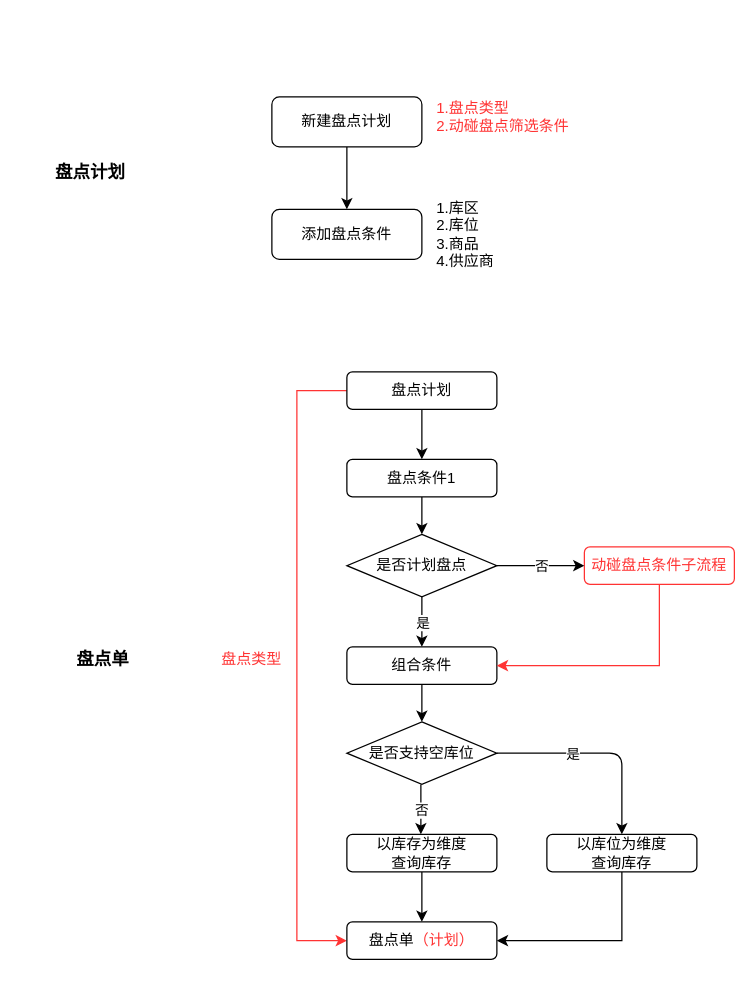
18516264210/aikucun keeps this draw.io diagram as 盘点单创建.drawio. Above is the earlier version. Source tidied: cells renumbered, new cells numbered last; positions are measured from the earlier drawing's top-left corner, leaving out a move shared by most shapes. Both pictures are drawn from the tidied source at 125%, with x=0, y=0 at pixel (21, 85).
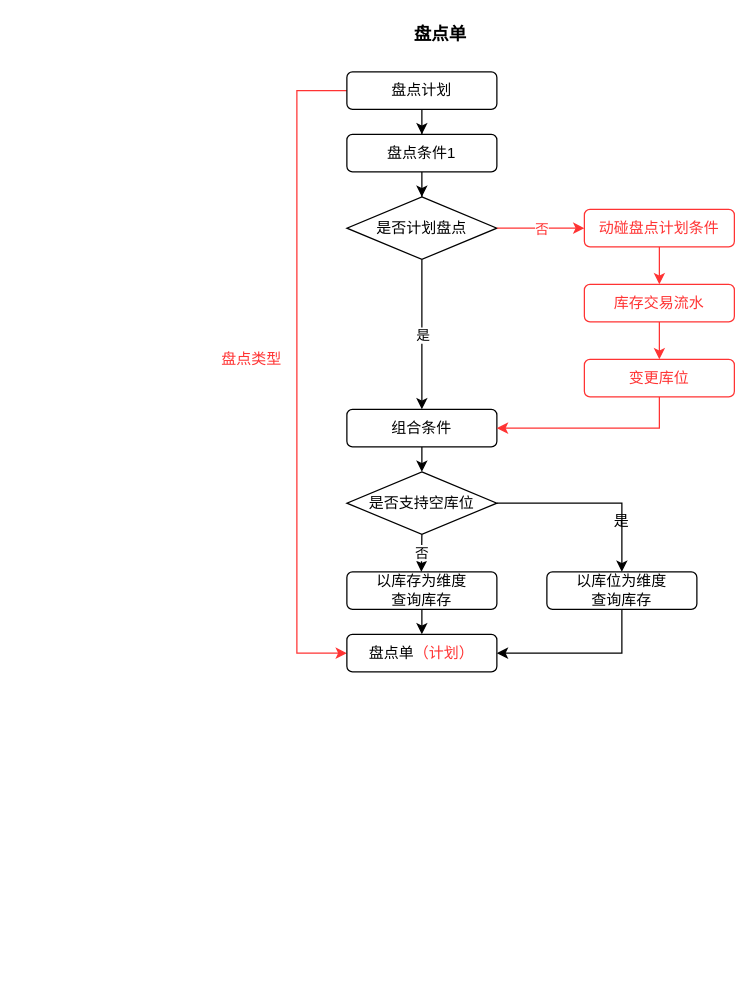
The same page after the edit.

Commit message (it also covers changes not shown here):
更新盘点单创建.drawio

Change to the diagram source:
```diff
@@
-    <mxCell id="2" style="edgeStyle=orthogonalEdgeStyle;rounded=0;jettySize=auto;html=1;exitX=0.5;exitY=1;exitDx=0;exitDy=0;entryX=0.5;entryY=0;entryDx=0;entryDy=0;" parent="1" edge="1" source="3" target="4">
-      <mxGeometry relative="1" as="geometry" />
-    </mxCell>
-    <mxCell id="3" value="新建盘点计划" style="rounded=1;whiteSpace=wrap;html=1;fontSize=12;glass=0;strokeWidth=1;shadow=0;" parent="1" vertex="1">
-      <mxGeometry x="200" y="9" width="120" height="40" as="geometry" />
-    </mxCell>
-    <mxCell id="4" value="添加盘点条件" style="rounded=1;whiteSpace=wrap;html=1;fontSize=12;glass=0;strokeWidth=1;shadow=0;" parent="1" vertex="1">
-      <mxGeometry x="200" y="99" width="120" height="40" as="geometry" />
-    </mxCell>
-    <mxCell id="5" value="&lt;b&gt;&lt;font style=&quot;font-size: 14px&quot;&gt;盘点计划&lt;/font&gt;&lt;/b&gt;" style="text;html=1;strokeColor=none;fillColor=none;align=center;verticalAlign=middle;whiteSpace=wrap;rounded=0;" parent="1" vertex="1">
-      <mxGeometry y="59" width="110" height="20" as="geometry" />
-    </mxCell>
-    <mxCell id="6" value="&lt;font color=&quot;#ff3333&quot;&gt;1.盘点类型&lt;br&gt;2.动碰盘点筛选条件&lt;br&gt;&lt;/font&gt;" style="text;html=1;strokeColor=#FFFFFF;fillColor=none;align=left;verticalAlign=middle;whiteSpace=wrap;rounded=0;" parent="1" vertex="1">
-      <mxGeometry x="330" width="200" height="50" as="geometry" />
-    </mxCell>
     <mxCell id="7" value="&lt;b&gt;&lt;font style=&quot;font-size: 14px&quot;&gt;盘点单&lt;/font&gt;&lt;/b&gt;" style="text;html=1;strokeColor=none;fillColor=none;align=center;verticalAlign=middle;whiteSpace=wrap;rounded=0;" parent="1" vertex="1">
-      <mxGeometry x="10" y="449" width="110" height="20" as="geometry" />
+      <mxGeometry x="280" y="-51" width="110" height="20" as="geometry" />
     </mxCell>
-    <mxCell id="8" value="1.库区&lt;br&gt;2.库位&lt;br&gt;3.商品&lt;br&gt;4.供应商" style="text;html=1;strokeColor=#FFFFFF;fillColor=none;align=left;verticalAlign=middle;whiteSpace=wrap;rounded=0;shadow=0;" parent="1" vertex="1">
-      <mxGeometry x="330" y="89" width="110" height="60" as="geometry" />
-    </mxCell>
     <mxCell id="9" style="edgeStyle=orthogonalEdgeStyle;rounded=0;jettySize=auto;html=1;entryX=0;entryY=0.5;entryDx=0;entryDy=0;strokeColor=#FF3333;" parent="1" edge="1" source="11" target="21">
       <mxGeometry relative="1" as="geometry">
         <Array as="points">
-          <mxPoint x="220" y="244" />
-          <mxPoint x="220" y="684" />
+          <mxPoint x="220" y="4" />
+          <mxPoint x="220" y="454" />
         </Array>
       </mxGeometry>
     </mxCell>
@@
     <mxCell id="11" value="盘点计划" style="rounded=1;whiteSpace=wrap;html=1;strokeColor=#000000;" parent="1" vertex="1">
-      <mxGeometry x="260" y="229" width="120" height="30" as="geometry" />
+      <mxGeometry x="260" y="-11" width="120" height="30" as="geometry" />
     </mxCell>
@@
     <mxCell id="13" value="盘点条件1" style="rounded=1;whiteSpace=wrap;html=1;strokeColor=#000000;" parent="1" vertex="1">
-      <mxGeometry x="260" y="299" width="120" height="30" as="geometry" />
+      <mxGeometry x="260" y="39" width="120" height="30" as="geometry" />
     </mxCell>
@@
     <mxCell id="15" value="组合条件" style="rounded=1;whiteSpace=wrap;html=1;strokeColor=#000000;" parent="1" vertex="1">
-      <mxGeometry x="260" y="449" width="120" height="30" as="geometry" />
+      <mxGeometry x="260" y="259" width="120" height="30" as="geometry" />
     </mxCell>
+    <mxCell id="32" style="edgeStyle=orthogonalEdgeStyle;rounded=0;jettySize=auto;html=1;entryX=0.5;entryY=0;entryDx=0;entryDy=0;strokeColor=#000000;" parent="1" edge="1" source="16" target="20">
+      <mxGeometry relative="1" as="geometry" />
+    </mxCell>
     <mxCell id="16" value="是否支持空库位" style="rhombus;whiteSpace=wrap;html=1;strokeColor=#000000;" parent="1" vertex="1">
-      <mxGeometry x="260" y="509" width="120" height="50" as="geometry" />
+      <mxGeometry x="260" y="309" width="120" height="50" as="geometry" />
     </mxCell>
@@
     <mxCell id="18" value="以库存为维度&lt;br&gt;查询库存" style="rounded=1;whiteSpace=wrap;html=1;strokeColor=#000000;" parent="1" vertex="1">
-      <mxGeometry x="260" y="599" width="120" height="30" as="geometry" />
+      <mxGeometry x="260" y="389" width="120" height="30" as="geometry" />
     </mxCell>
     <mxCell id="19" style="edgeStyle=orthogonalEdgeStyle;rounded=0;jettySize=auto;html=1;entryX=1;entryY=0.5;entryDx=0;entryDy=0;strokeColor=#000000;" parent="1" edge="1" source="20" target="21">
       <mxGeometry relative="1" as="geometry">
         <Array as="points">
-          <mxPoint x="480" y="684" />
+          <mxPoint x="480" y="454" />
         </Array>
       </mxGeometry>
     </mxCell>
     <mxCell id="20" value="以库位为维度&lt;br&gt;查询库存" style="rounded=1;whiteSpace=wrap;html=1;strokeColor=#000000;" parent="1" vertex="1">
-      <mxGeometry x="420" y="599" width="120" height="30" as="geometry" />
+      <mxGeometry x="420" y="389" width="120" height="30" as="geometry" />
     </mxCell>
     <mxCell id="21" value="盘点单&lt;font color=&quot;#ff3333&quot;&gt;（计划）&lt;/font&gt;" style="rounded=1;whiteSpace=wrap;html=1;strokeColor=#000000;" parent="1" vertex="1">
-      <mxGeometry x="260" y="669" width="120" height="30" as="geometry" />
+      <mxGeometry x="260" y="439" width="120" height="30" as="geometry" />
     </mxCell>
     <mxCell id="22" value="&lt;font color=&quot;#ff3333&quot;&gt;盘点类型&lt;/font&gt;" style="text;html=1;strokeColor=#FFFFFF;fillColor=none;align=left;verticalAlign=middle;whiteSpace=wrap;rounded=0;" parent="1" vertex="1">
-      <mxGeometry x="158" y="429" width="60" height="60" as="geometry" />
+      <mxGeometry x="158" y="189" width="60" height="60" as="geometry" />
     </mxCell>
-    <mxCell id="23" style="edgeStyle=orthogonalEdgeStyle;rounded=0;jettySize=auto;html=1;entryX=1;entryY=0.5;entryDx=0;entryDy=0;strokeColor=#FF3333;" parent="1" edge="1" source="24" target="15">
-      <mxGeometry relative="1" as="geometry">
-        <Array as="points">
-          <mxPoint x="510" y="464" />
-        </Array>
-      </mxGeometry>
-    </mxCell>
+    <mxCell id="34" style="edgeStyle=orthogonalEdgeStyle;rounded=0;jettySize=auto;html=1;entryX=0.5;entryY=0;entryDx=0;entryDy=0;strokeColor=#FF3333;" parent="1" edge="1" source="24" target="36">
+      <mxGeometry relative="1" as="geometry" />
+    </mxCell>
-    <mxCell id="24" value="&lt;font color=&quot;#ff3333&quot;&gt;动碰盘点条件子流程&lt;/font&gt;" style="rounded=1;whiteSpace=wrap;html=1;strokeColor=#FF3333;" parent="1" vertex="1">
-      <mxGeometry x="450" y="369" width="120" height="30" as="geometry" />
+    <mxCell id="24" value="&lt;font color=&quot;#ff3333&quot;&gt;动碰盘点计划条件&lt;/font&gt;" style="rounded=1;whiteSpace=wrap;html=1;strokeColor=#FF3333;" parent="1" vertex="1">
+      <mxGeometry x="450" y="99" width="120" height="30" as="geometry" />
     </mxCell>
     <mxCell id="25" value="是否计划盘点" style="rhombus;whiteSpace=wrap;html=1;strokeColor=#000000;" parent="1" vertex="1">
-      <mxGeometry x="260" y="359" width="120" height="50" as="geometry" />
+      <mxGeometry x="260" y="89" width="120" height="50" as="geometry" />
     </mxCell>
-    <mxCell id="26" style="endArrow=classic;html=1;strokeColor=#000000;exitX=1;exitY=0.5;exitDx=0;exitDy=0;entryX=0;entryY=0.5;entryDx=0;entryDy=0;" parent="1" edge="1" source="25" target="24">
-      <mxGeometry relative="1" as="geometry" />
-    </mxCell>
-    <mxCell id="27" value="否" style="edgeLabel;html=1;align=center;verticalAlign=middle;" parent="26" vertex="1">
-      <mxGeometry relative="1" as="geometry" />
-    </mxCell>
@@
-    <mxCell id="30" style="endArrow=classic;html=1;strokeColor=#000000;exitX=0.5;exitY=1;exitDx=0;exitDy=0;entryX=0.5;entryY=0;entryDx=0;entryDy=0;" parent="1" edge="1">
+    <mxCell id="30" style="endArrow=classic;html=1;strokeColor=#000000;entryX=0.5;entryY=0;entryDx=0;entryDy=0;" parent="1" edge="1">
       <mxGeometry relative="1" as="geometry">
-        <mxPoint x="319.2" y="559" as="sourcePoint" />
-        <mxPoint x="319.2" y="599" as="targetPoint" />
+        <mxPoint x="320" y="359" as="sourcePoint" />
+        <mxPoint x="319.6" y="389" as="targetPoint" />
       </mxGeometry>
     </mxCell>
@@
-    <mxCell id="32" style="endArrow=classic;html=1;strokeColor=#000000;exitX=1;exitY=0.5;exitDx=0;exitDy=0;entryX=0.5;entryY=0;entryDx=0;entryDy=0;" parent="1" edge="1" source="16" target="20">
-      <mxGeometry relative="1" as="geometry">
-        <Array as="points">
-          <mxPoint x="480" y="534" />
-        </Array>
-      </mxGeometry>
-    </mxCell>
+    <mxCell id="35" style="edgeStyle=orthogonalEdgeStyle;rounded=0;jettySize=auto;html=1;entryX=0.5;entryY=0;entryDx=0;entryDy=0;strokeColor=#FF3333;" parent="1" edge="1" source="36" target="38">
+      <mxGeometry relative="1" as="geometry" />
+    </mxCell>
+    <mxCell id="36" value="&lt;font color=&quot;#ff3333&quot;&gt;库存交易流水&lt;/font&gt;" style="rounded=1;whiteSpace=wrap;html=1;strokeColor=#FF3333;" parent="1" vertex="1">
+      <mxGeometry x="450" y="159" width="120" height="30" as="geometry" />
+    </mxCell>
+    <mxCell id="37" style="edgeStyle=orthogonalEdgeStyle;rounded=0;jettySize=auto;html=1;entryX=1;entryY=0.5;entryDx=0;entryDy=0;strokeColor=#FF3333;" parent="1" edge="1" source="38" target="15">
+      <mxGeometry relative="1" as="geometry">
+        <Array as="points">
+          <mxPoint x="510" y="274" />
+        </Array>
+      </mxGeometry>
+    </mxCell>
+    <mxCell id="38" value="&lt;font color=&quot;#ff3333&quot;&gt;变更库位&lt;/font&gt;" style="rounded=1;whiteSpace=wrap;html=1;strokeColor=#FF3333;" parent="1" vertex="1">
+      <mxGeometry x="450" y="219" width="120" height="30" as="geometry" />
+    </mxCell>
+    <mxCell id="26" style="endArrow=classic;html=1;strokeColor=#FF3333;exitX=1;exitY=0.5;exitDx=0;exitDy=0;entryX=0;entryY=0.5;entryDx=0;entryDy=0;" parent="1" edge="1" source="25" target="24">
+      <mxGeometry relative="1" as="geometry" />
+    </mxCell>
+    <mxCell id="27" value="&lt;font color=&quot;#ff3333&quot;&gt;否&lt;/font&gt;" style="edgeLabel;html=1;align=center;verticalAlign=middle;" parent="26" vertex="1">
+      <mxGeometry relative="1" as="geometry" />
+    </mxCell>
-    <mxCell id="33" value="是" style="edgeLabel;html=1;align=center;verticalAlign=middle;" parent="32" vertex="1">
-      <mxGeometry relative="1" as="geometry">
-        <mxPoint x="-22.5" as="offset" />
-      </mxGeometry>
+    <mxCell id="33" value="是" style="text;html=1;strokeColor=none;fillColor=none;align=center;verticalAlign=middle;whiteSpace=wrap;rounded=0;shadow=0;" parent="1" vertex="1">
+      <mxGeometry x="460" y="339" width="40" height="20" as="geometry" />
     </mxCell>
```
